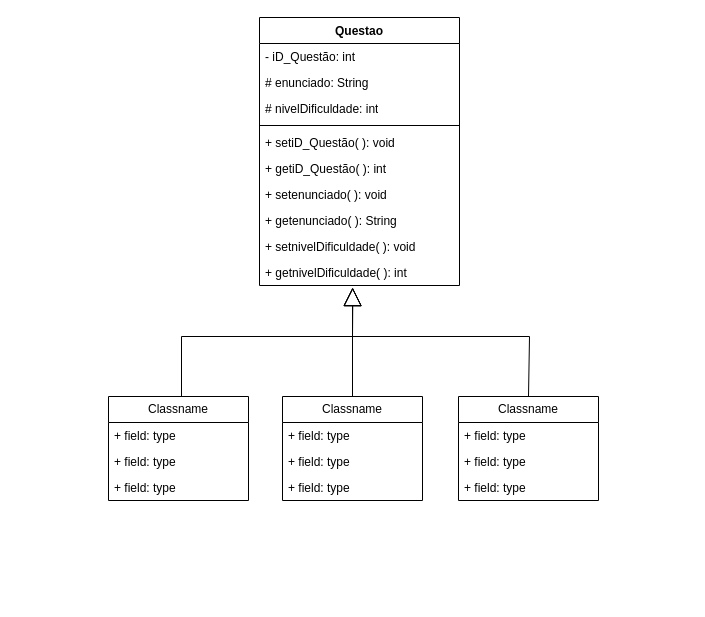
ogaiH007/Gerador-Automatico-de-Avaliacoes-para-Disciplinas keeps this draw.io diagram as GAApD Classes.drawio. Above is the earlier version. Source tidied: cells renumbered, new cells numbered last; positions are measured from the earlier drawing's top-left corner, leaving out a move shared by most shapes. Both pictures are drawn from the tidied source at 100%, with x=0, y=0 at pixel (108, 17).
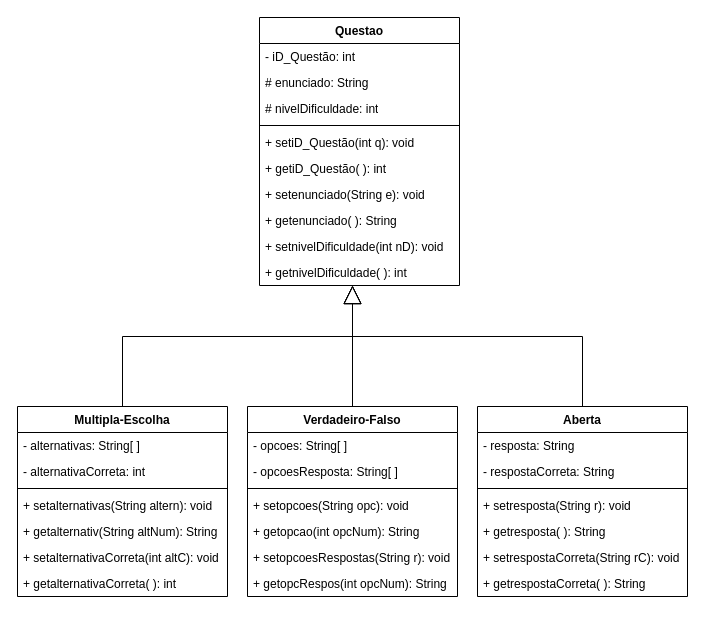
Above is the later version.

Unchanged cells that the change refers to:
```xml
<mxCell id="2" value="Questao" style="swimlane;fontStyle=1;align=center;verticalAlign=top;horizontal=1;startSize=26;whiteSpace=wrap;html=1;" parent="1" vertex="1">
  <mxGeometry x="151" width="200" height="268" as="geometry" />
</mxCell>
<mxCell id="12" value="+ getnivelDificuldade( ): int" style="text;strokeColor=none;fillColor=none;align=left;verticalAlign=top;spacingLeft=4;spacingRight=4;overflow=hidden;points=[[0,0.5],[1,0.5]];portConstraint=eastwest;whiteSpace=wrap;html=1;" parent="2" vertex="1">
  <mxGeometry y="242" width="200" height="26" as="geometry" />
</mxCell>
```

The edit, as a diff of the source:
```diff
@@
-    <mxCell id="7" value="+ setiD_Questão( ): void" style="text;strokeColor=none;fillColor=none;align=left;verticalAlign=top;spacingLeft=4;spacingRight=4;overflow=hidden;whiteSpace=wrap;html=1;" parent="2" vertex="1">
+    <mxCell id="7" value="+ setiD_Questão(int q): void" style="text;strokeColor=none;fillColor=none;align=left;verticalAlign=top;spacingLeft=4;spacingRight=4;overflow=hidden;whiteSpace=wrap;html=1;" parent="2" vertex="1">
       <mxGeometry y="112" width="200" height="26" as="geometry" />
     </mxCell>
@@
-    <mxCell id="9" value="+ setenunciado( ): void" style="text;strokeColor=none;fillColor=none;align=left;verticalAlign=top;spacingLeft=4;spacingRight=4;overflow=hidden;whiteSpace=wrap;html=1;" parent="2" vertex="1">
+    <mxCell id="9" value="+ setenunciado(String e): void" style="text;strokeColor=none;fillColor=none;align=left;verticalAlign=top;spacingLeft=4;spacingRight=4;overflow=hidden;whiteSpace=wrap;html=1;" parent="2" vertex="1">
       <mxGeometry y="164" width="200" height="26" as="geometry" />
     </mxCell>
@@
-    <mxCell id="11" value="+ setnivelDificuldade( ): void" style="text;strokeColor=none;fillColor=none;align=left;verticalAlign=top;spacingLeft=4;spacingRight=4;overflow=hidden;whiteSpace=wrap;html=1;" parent="2" vertex="1">
+    <mxCell id="11" value="+ setnivelDificuldade(int nD): void" style="text;strokeColor=none;fillColor=none;align=left;verticalAlign=top;spacingLeft=4;spacingRight=4;overflow=hidden;whiteSpace=wrap;html=1;" parent="2" vertex="1">
       <mxGeometry y="216" width="200" height="26" as="geometry" />
     </mxCell>
@@
-    <mxCell id="13" value="Classname" style="swimlane;fontStyle=0;horizontal=1;startSize=26;fillColor=none;whiteSpace=wrap;html=1;" parent="1" vertex="1">
-      <mxGeometry x="174" y="379" width="140" height="104" as="geometry" />
-    </mxCell>
-    <mxCell id="14" value="+ field: type" style="text;strokeColor=none;fillColor=none;align=left;verticalAlign=top;spacingLeft=4;spacingRight=4;overflow=hidden;whiteSpace=wrap;html=1;" parent="13" vertex="1">
-      <mxGeometry y="26" width="140" height="26" as="geometry" />
-    </mxCell>
-    <mxCell id="15" value="+ field: type" style="text;strokeColor=none;fillColor=none;align=left;verticalAlign=top;spacingLeft=4;spacingRight=4;overflow=hidden;whiteSpace=wrap;html=1;" parent="13" vertex="1">
-      <mxGeometry y="52" width="140" height="26" as="geometry" />
-    </mxCell>
-    <mxCell id="16" value="+ field: type" style="text;strokeColor=none;fillColor=none;align=left;verticalAlign=top;spacingLeft=4;spacingRight=4;overflow=hidden;whiteSpace=wrap;html=1;" parent="13" vertex="1">
-      <mxGeometry y="78" width="140" height="26" as="geometry" />
-    </mxCell>
-    <mxCell id="17" value="Classname" style="swimlane;fontStyle=0;horizontal=1;startSize=26;fillColor=none;whiteSpace=wrap;html=1;" parent="1" vertex="1">
-      <mxGeometry y="379" width="140" height="104" as="geometry" />
-    </mxCell>
-    <mxCell id="18" value="+ field: type" style="text;strokeColor=none;fillColor=none;align=left;verticalAlign=top;spacingLeft=4;spacingRight=4;overflow=hidden;whiteSpace=wrap;html=1;" parent="17" vertex="1">
-      <mxGeometry y="26" width="140" height="26" as="geometry" />
-    </mxCell>
-    <mxCell id="19" value="+ field: type" style="text;strokeColor=none;fillColor=none;align=left;verticalAlign=top;spacingLeft=4;spacingRight=4;overflow=hidden;whiteSpace=wrap;html=1;" parent="17" vertex="1">
-      <mxGeometry y="52" width="140" height="26" as="geometry" />
-    </mxCell>
-    <mxCell id="20" value="+ field: type" style="text;strokeColor=none;fillColor=none;align=left;verticalAlign=top;spacingLeft=4;spacingRight=4;overflow=hidden;whiteSpace=wrap;html=1;" parent="17" vertex="1">
-      <mxGeometry y="78" width="140" height="26" as="geometry" />
-    </mxCell>
-    <mxCell id="21" value="Classname" style="swimlane;fontStyle=0;horizontal=1;startSize=26;fillColor=none;whiteSpace=wrap;html=1;" parent="1" vertex="1">
-      <mxGeometry x="350" y="379" width="140" height="104" as="geometry" />
-    </mxCell>
-    <mxCell id="22" value="+ field: type" style="text;strokeColor=none;fillColor=none;align=left;verticalAlign=top;spacingLeft=4;spacingRight=4;overflow=hidden;whiteSpace=wrap;html=1;" parent="21" vertex="1">
-      <mxGeometry y="26" width="140" height="26" as="geometry" />
-    </mxCell>
-    <mxCell id="23" value="+ field: type" style="text;strokeColor=none;fillColor=none;align=left;verticalAlign=top;spacingLeft=4;spacingRight=4;overflow=hidden;whiteSpace=wrap;html=1;" parent="21" vertex="1">
-      <mxGeometry y="52" width="140" height="26" as="geometry" />
-    </mxCell>
-    <mxCell id="24" value="+ field: type" style="text;strokeColor=none;fillColor=none;align=left;verticalAlign=top;spacingLeft=4;spacingRight=4;overflow=hidden;whiteSpace=wrap;html=1;" parent="21" vertex="1">
-      <mxGeometry y="78" width="140" height="26" as="geometry" />
-    </mxCell>
-    <mxCell id="25" style="endArrow=block;endSize=16;endFill=0;html=1;rounded=0;exitX=0.5;exitY=0;exitDx=0;exitDy=0;entryX=0.465;entryY=1.077;entryDx=0;entryDy=0;entryPerimeter=0;" parent="1" edge="1" source="13" target="12">
+    <mxCell id="25" style="endArrow=block;endSize=16;endFill=0;html=1;rounded=0;exitX=0.5;exitY=0;exitDx=0;exitDy=0;entryX=0.465;entryY=1.002;entryDx=0;entryDy=0;entryPerimeter=0;" parent="1" edge="1" source="36" target="12">
       <mxGeometry relative="1" as="geometry" />
     </mxCell>
-    <mxCell id="26" style="endArrow=block;endSize=16;endFill=0;html=1;rounded=0;exitX=0.5;exitY=0;exitDx=0;exitDy=0;entryX=0.466;entryY=1.079;entryDx=0;entryDy=0;entryPerimeter=0;" parent="1" edge="1" target="12">
+    <mxCell id="26" style="endArrow=block;endSize=16;endFill=0;html=1;rounded=0;exitX=0.5;exitY=0;exitDx=0;exitDy=0;entryX=0.465;entryY=1.003;entryDx=0;entryDy=0;entryPerimeter=0;" parent="1" edge="1" source="28" target="12">
       <mxGeometry relative="1" as="geometry">
-        <mxPoint x="420" y="379" as="sourcePoint" />
         <Array as="points">
-          <mxPoint x="421" y="319" />
+          <mxPoint x="474" y="319" />
           <mxPoint x="244" y="319" />
         </Array>
       </mxGeometry>
     </mxCell>
-    <mxCell id="27" style="endArrow=block;endSize=16;endFill=0;html=1;rounded=0;exitX=0.5;exitY=0;exitDx=0;exitDy=0;entryX=0.466;entryY=1.086;entryDx=0;entryDy=0;entryPerimeter=0;" parent="1" edge="1" target="12">
+    <mxCell id="27" style="endArrow=block;endSize=16;endFill=0;html=1;rounded=0;exitX=0.5;exitY=0;exitDx=0;exitDy=0;entryX=0.465;entryY=1.002;entryDx=0;entryDy=0;entryPerimeter=0;" parent="1" edge="1" source="44" target="12">
       <mxGeometry relative="1" as="geometry">
-        <mxPoint x="73" y="379" as="sourcePoint" />
         <Array as="points">
-          <mxPoint x="73" y="319" />
+          <mxPoint x="14" y="319" />
           <mxPoint x="244" y="319" />
         </Array>
       </mxGeometry>
     </mxCell>
+    <mxCell id="28" value="Aberta" style="swimlane;fontStyle=1;align=center;verticalAlign=top;horizontal=1;startSize=26;whiteSpace=wrap;html=1;" parent="1" vertex="1">
+      <mxGeometry x="369" y="389" width="210" height="190" as="geometry" />
+    </mxCell>
+    <mxCell id="29" value="- resposta: String" style="text;strokeColor=none;fillColor=none;align=left;verticalAlign=top;spacingLeft=4;spacingRight=4;overflow=hidden;whiteSpace=wrap;html=1;" parent="28" vertex="1">
+      <mxGeometry y="26" width="210" height="26" as="geometry" />
+    </mxCell>
+    <mxCell id="30" value="- respostaCorreta: String" style="text;strokeColor=none;fillColor=none;align=left;verticalAlign=top;spacingLeft=4;spacingRight=4;overflow=hidden;whiteSpace=wrap;html=1;" parent="28" vertex="1">
+      <mxGeometry y="52" width="210" height="26" as="geometry" />
+    </mxCell>
+    <mxCell id="31" style="line;strokeWidth=1;fillColor=none;align=left;verticalAlign=middle;spacingTop=-1;spacingLeft=3;spacingRight=3;labelPosition=right;strokeColor=inherit;" parent="28" vertex="1">
+      <mxGeometry y="78" width="210" height="8" as="geometry" />
+    </mxCell>
+    <mxCell id="32" value="+ setresposta(String r): void" style="text;strokeColor=none;fillColor=none;align=left;verticalAlign=top;spacingLeft=4;spacingRight=4;overflow=hidden;whiteSpace=wrap;html=1;" parent="28" vertex="1">
+      <mxGeometry y="86" width="210" height="26" as="geometry" />
+    </mxCell>
+    <mxCell id="33" value="+ getresposta( ): String" style="text;strokeColor=none;fillColor=none;align=left;verticalAlign=top;spacingLeft=4;spacingRight=4;overflow=hidden;whiteSpace=wrap;html=1;" parent="28" vertex="1">
+      <mxGeometry y="112" width="210" height="26" as="geometry" />
+    </mxCell>
+    <mxCell id="34" value="+ setrespostaCorreta(String rC): void" style="text;strokeColor=none;fillColor=none;align=left;verticalAlign=top;spacingLeft=4;spacingRight=4;overflow=hidden;whiteSpace=wrap;html=1;" parent="28" vertex="1">
+      <mxGeometry y="138" width="210" height="26" as="geometry" />
+    </mxCell>
+    <mxCell id="35" value="+ getrespostaCorreta( ): String" style="text;strokeColor=none;fillColor=none;align=left;verticalAlign=top;spacingLeft=4;spacingRight=4;overflow=hidden;whiteSpace=wrap;html=1;" parent="28" vertex="1">
+      <mxGeometry y="164" width="210" height="26" as="geometry" />
+    </mxCell>
+    <mxCell id="36" value="Verdadeiro-Falso" style="swimlane;fontStyle=1;align=center;verticalAlign=top;horizontal=1;startSize=26;whiteSpace=wrap;html=1;" parent="1" vertex="1">
+      <mxGeometry x="139" y="389" width="210" height="190" as="geometry" />
+    </mxCell>
+    <mxCell id="37" value="- opcoes: String[ ]" style="text;strokeColor=none;fillColor=none;align=left;verticalAlign=top;spacingLeft=4;spacingRight=4;overflow=hidden;whiteSpace=wrap;html=1;" parent="36" vertex="1">
+      <mxGeometry y="26" width="210" height="26" as="geometry" />
+    </mxCell>
+    <mxCell id="38" value="- opcoesResposta: String[ ]" style="text;strokeColor=none;fillColor=none;align=left;verticalAlign=top;spacingLeft=4;spacingRight=4;overflow=hidden;whiteSpace=wrap;html=1;" parent="36" vertex="1">
+      <mxGeometry y="52" width="210" height="26" as="geometry" />
+    </mxCell>
+    <mxCell id="39" style="line;strokeWidth=1;fillColor=none;align=left;verticalAlign=middle;spacingTop=-1;spacingLeft=3;spacingRight=3;labelPosition=right;strokeColor=inherit;" parent="36" vertex="1">
+      <mxGeometry y="78" width="210" height="8" as="geometry" />
+    </mxCell>
+    <mxCell id="40" value="+ setopcoes(String opc): void" style="text;strokeColor=none;fillColor=none;align=left;verticalAlign=top;spacingLeft=4;spacingRight=4;overflow=hidden;whiteSpace=wrap;html=1;" parent="36" vertex="1">
+      <mxGeometry y="86" width="210" height="26" as="geometry" />
+    </mxCell>
+    <mxCell id="41" value="+ getopcao(int opcNum): String" style="text;strokeColor=none;fillColor=none;align=left;verticalAlign=top;spacingLeft=4;spacingRight=4;overflow=hidden;whiteSpace=wrap;html=1;" parent="36" vertex="1">
+      <mxGeometry y="112" width="210" height="26" as="geometry" />
+    </mxCell>
+    <mxCell id="42" value="+ setopcoesRespostas(String r): void" style="text;strokeColor=none;fillColor=none;align=left;verticalAlign=top;spacingLeft=4;spacingRight=4;overflow=hidden;whiteSpace=wrap;html=1;" parent="36" vertex="1">
+      <mxGeometry y="138" width="210" height="26" as="geometry" />
+    </mxCell>
+    <mxCell id="43" value="+ getopcRespos(int opcNum): String" style="text;strokeColor=none;fillColor=none;align=left;verticalAlign=top;spacingLeft=4;spacingRight=4;overflow=hidden;whiteSpace=wrap;html=1;" parent="36" vertex="1">
+      <mxGeometry y="164" width="210" height="26" as="geometry" />
+    </mxCell>
+    <mxCell id="44" value="Multipla-Escolha" style="swimlane;fontStyle=1;align=center;verticalAlign=top;horizontal=1;startSize=26;whiteSpace=wrap;html=1;" parent="1" vertex="1">
+      <mxGeometry x="-91" y="389" width="210" height="190" as="geometry" />
+    </mxCell>
+    <mxCell id="45" value="- alternativas: String[ ]" style="text;strokeColor=none;fillColor=none;align=left;verticalAlign=top;spacingLeft=4;spacingRight=4;overflow=hidden;whiteSpace=wrap;html=1;" parent="44" vertex="1">
+      <mxGeometry y="26" width="210" height="26" as="geometry" />
+    </mxCell>
+    <mxCell id="46" value="- alternativaCorreta: int" style="text;strokeColor=none;fillColor=none;align=left;verticalAlign=top;spacingLeft=4;spacingRight=4;overflow=hidden;whiteSpace=wrap;html=1;" parent="44" vertex="1">
+      <mxGeometry y="52" width="210" height="26" as="geometry" />
+    </mxCell>
+    <mxCell id="47" style="line;strokeWidth=1;fillColor=none;align=left;verticalAlign=middle;spacingTop=-1;spacingLeft=3;spacingRight=3;labelPosition=right;strokeColor=inherit;" parent="44" vertex="1">
+      <mxGeometry y="78" width="210" height="8" as="geometry" />
+    </mxCell>
+    <mxCell id="48" value="+ setalternativas(String altern): void" style="text;strokeColor=none;fillColor=none;align=left;verticalAlign=top;spacingLeft=4;spacingRight=4;overflow=hidden;whiteSpace=wrap;html=1;" parent="44" vertex="1">
+      <mxGeometry y="86" width="210" height="26" as="geometry" />
+    </mxCell>
+    <mxCell id="49" value="+ getalternativ(String altNum): String" style="text;strokeColor=none;fillColor=none;align=left;verticalAlign=top;spacingLeft=4;spacingRight=4;overflow=hidden;whiteSpace=wrap;html=1;" parent="44" vertex="1">
+      <mxGeometry y="112" width="210" height="26" as="geometry" />
+    </mxCell>
+    <mxCell id="50" value="+ setalternativaCorreta(int altC): void" style="text;strokeColor=none;fillColor=none;align=left;verticalAlign=top;spacingLeft=4;spacingRight=4;overflow=hidden;whiteSpace=wrap;html=1;" parent="44" vertex="1">
+      <mxGeometry y="138" width="210" height="26" as="geometry" />
+    </mxCell>
+    <mxCell id="51" value="+ getalternativaCorreta( ): int" style="text;strokeColor=none;fillColor=none;align=left;verticalAlign=top;spacingLeft=4;spacingRight=4;overflow=hidden;whiteSpace=wrap;html=1;" parent="44" vertex="1">
+      <mxGeometry y="164" width="210" height="26" as="geometry" />
+    </mxCell>
```
